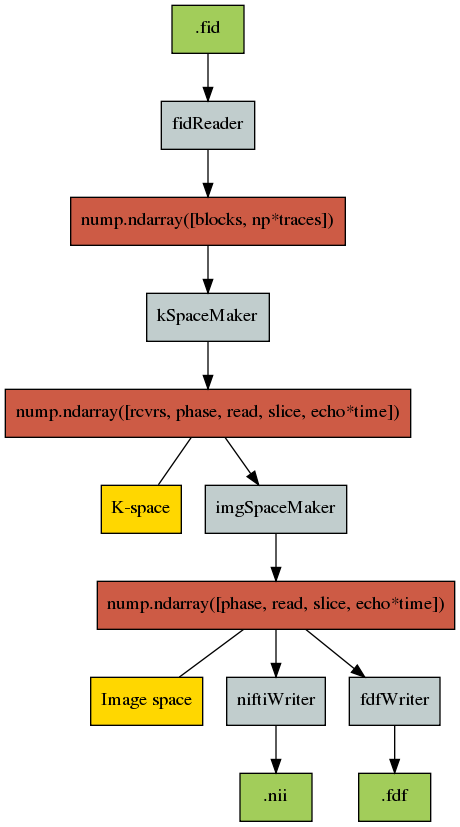
Before: doc/flowchart.png, a diagram exported from Graphviz (hlatkyd/vnmrjpy_old). Its source is kept beside it as doc/flowchart.dot. Source of this version:
```dot
digraph "pyrecon path" {
	graph [bb="0,0,337,612"];
	node [color=black,
		fillcolor=azure3,
		label="\N",
		shape=box,
		style=filled
	];
	edge [len=1];
	fid	 [fillcolor=darkolivegreen3,
		height="0.5",
		label=".fid",
		pos="152,594",
		width="0.75"];
	FR	 [height="0.5",
		label=fidReader,
		pos="152,522",
		width="0.97222"];
	fid -> FR	 [pos="e,152,540.41 152,575.83 152,568.13 152,558.97 152,550.42"];
	"np.fid"	 [fillcolor=coral3,
		height="0.5",
		label="nump.ndarray([blocks, np*traces])",
		pos="152,450",
		width="2.8611"];
	FR -> "np.fid"	 [pos="e,152,468.41 152,503.83 152,496.13 152,486.97 152,478.42"];
	fdf	 [fillcolor=darkolivegreen3,
		height="0.5",
		label=".fdf",
		pos="292,18",
		width="0.75"];
	nifti	 [fillcolor=darkolivegreen3,
		height="0.5",
		label=".nii",
		pos="203,18",
		width="0.75"];
	K	 [fillcolor=gold,
		height="0.5",
		label="K-space",
		pos="102,234",
		width="0.83333"];
	I	 [fillcolor=gold,
		height="0.5",
		label="Image space",
		pos="106,90",
		width="1.1667"];
	KM	 [height="0.5",
		label=kSpaceMaker,
		pos="152,378",
		width="1.2778"];
	"np.fid" -> KM	 [pos="e,152,396.41 152,431.83 152,424.13 152,414.97 152,406.42"];
	"np.kspace"	 [fillcolor=coral3,
		height="0.5",
		label="nump.ndarray([rcvrs, phase, read, slice, echo*time])",
		pos="152,306",
		width="4.2222"];
	KM -> "np.kspace"	 [pos="e,152,324.41 152,359.83 152,352.13 152,342.97 152,334.42"];
	"np.kspace" -> K	 [arrowhead=none,
		pos="139.38,287.83 131.86,277 122.34,263.29 114.79,252.41"];
	IM	 [height="0.5",
		label=imgSpaceMaker,
		pos="203,234",
		width="1.4722"];
	"np.kspace" -> IM	 [pos="e,189.96,252.41 164.87,287.83 170.68,279.62 177.67,269.76 184.06,260.73"];
	"np.nifti"	 [fillcolor=coral3,
		height="0.5",
		label="nump.ndarray([phase, read, slice, echo*time])",
		pos="203,162",
		width="3.7222"];
	IM -> "np.nifti"	 [pos="e,203,180.41 203,215.83 203,208.13 203,198.97 203,190.42"];
	"np.nifti" -> I	 [arrowhead=none,
		pos="178.52,143.83 163.82,132.92 145.17,119.08 130.47,108.16"];
	NW	 [height="0.5",
		label=niftiWriter,
		pos="203,90",
		width="1.0278"];
	"np.nifti" -> NW	 [pos="e,203,108.41 203,143.83 203,136.13 203,126.97 203,118.42"];
	FW	 [height="0.5",
		label=fdfWriter,
		pos="292,90",
		width="0.94444"];
	"np.nifti" -> FW	 [pos="e,269.55,108.16 225.46,143.83 236.42,134.96 249.77,124.16 261.63,114.57"];
	NW -> nifti	 [pos="e,203,36.413 203,71.831 203,64.131 203,54.974 203,46.417"];
	FW -> fdf	 [pos="e,292,36.413 292,71.831 292,64.131 292,54.974 292,46.417"];
}
```
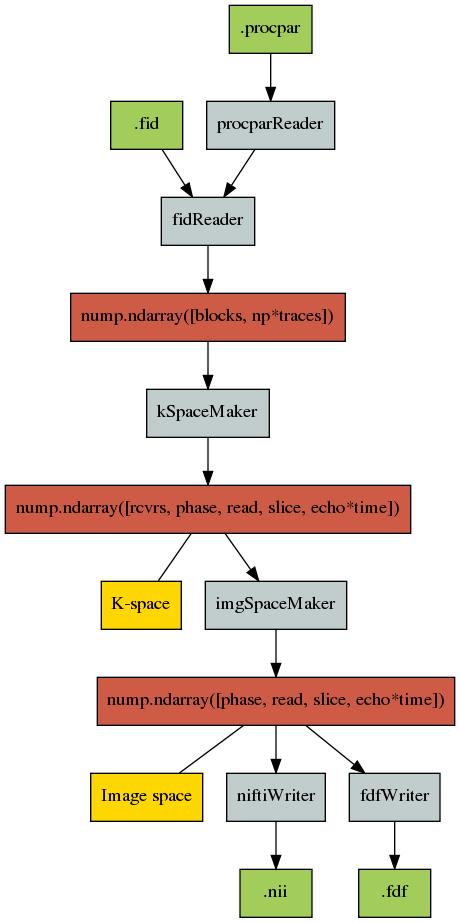
After the change.

The edit, as a diff of the source:
```diff
@@ -1,5 +1,5 @@
 digraph "pyrecon path" {
-	graph [bb="0,0,337,612"];
+	graph [bb="0,0,337,684"];
 	node [color=black,
 		fillcolor=azure3,
 		label="\N",
@@ -10,13 +10,13 @@
 	fid	 [fillcolor=darkolivegreen3,
 		height="0.5",
 		label=".fid",
-		pos="152,594",
+		pos="106,594",
 		width="0.75"];
 	FR	 [height="0.5",
 		label=fidReader,
 		pos="152,522",
 		width="0.97222"];
-	fid -> FR	 [pos="e,152,540.41 152,575.83 152,568.13 152,558.97 152,550.42"];
+	fid -> FR	 [pos="e,140.24,540.41 117.61,575.83 122.8,567.71 129.02,557.96 134.74,549.01"];
 	"np.fid"	 [fillcolor=coral3,
 		height="0.5",
 		label="nump.ndarray([blocks, np*traces])",
@@ -33,6 +33,17 @@
 		label=".nii",
 		pos="203,18",
 		width="0.75"];
+	pp	 [fillcolor=darkolivegreen3,
+		height="0.5",
+		label=".procpar",
+		pos="199,666",
+		width="0.86111"];
+	PR	 [height="0.5",
+		label=procparReader,
+		pos="199,594",
+		width="1.3333"];
+	pp -> PR	 [pos="e,199,612.41 199,647.83 199,640.13 199,630.97 199,622.42"];
+	PR -> FR	 [pos="e,164.02,540.41 187.14,575.83 181.84,567.71 175.48,557.96 169.63,549.01"];
 	K	 [fillcolor=gold,
 		height="0.5",
 		label="K-space",
```
